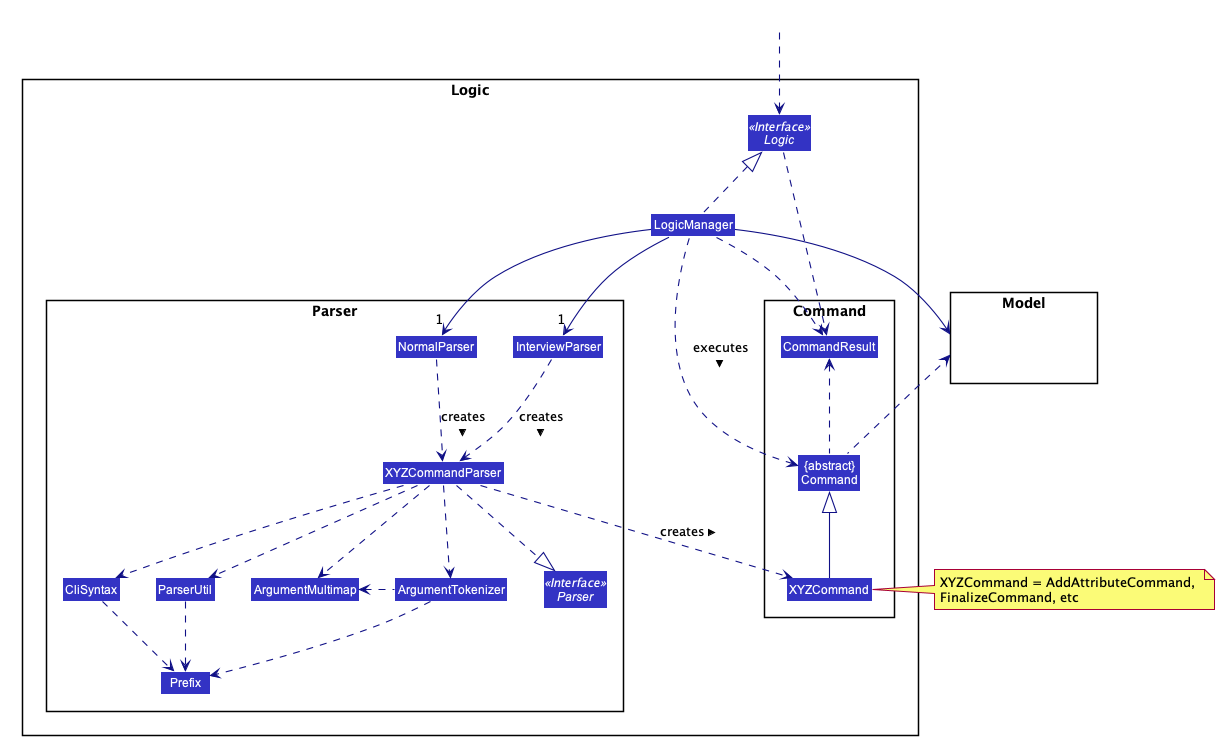
This is images/LogicClassDiagram.png from AY1920S2-CS2103-W15-2/main, a PlantUML export, as it was before one commit.
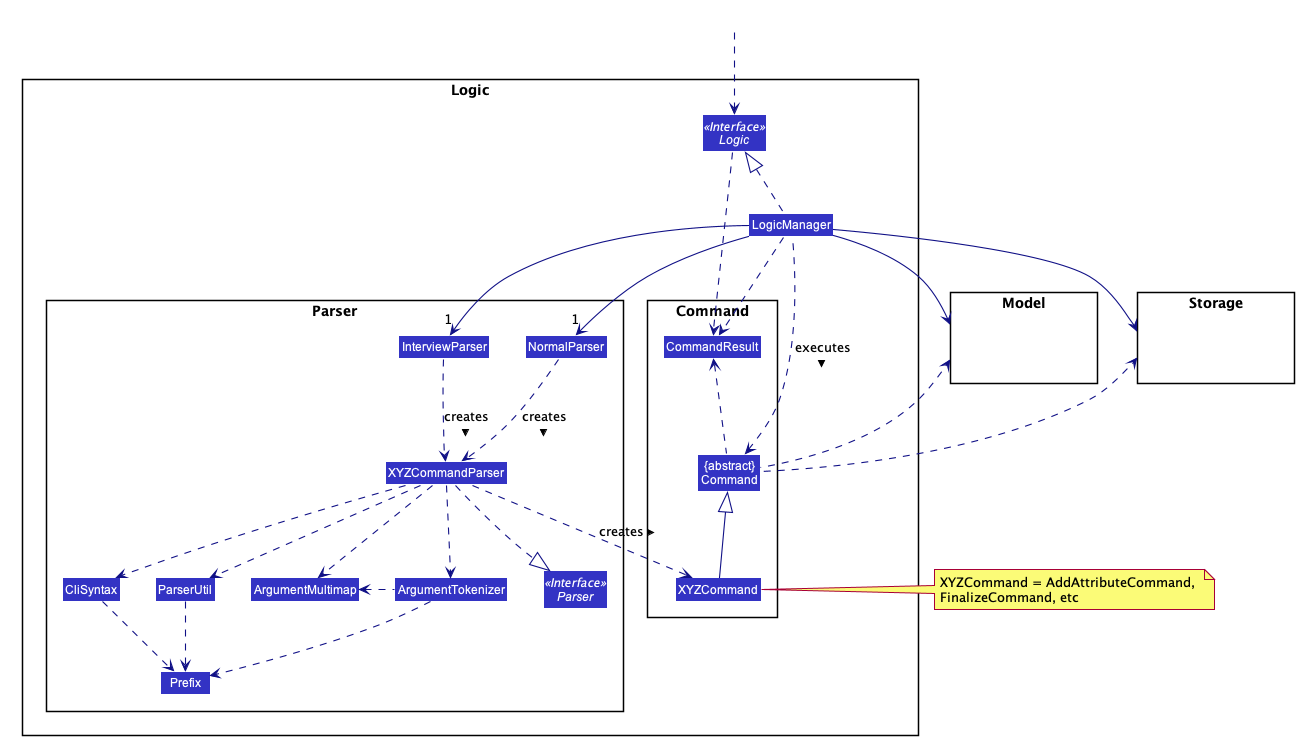
Later version of the same file.

What changed in the source:
```diff
@@ -79,6 +79,10 @@
 Class HiddenModel #FFFFFF
 }
 
+package Storage{
+Class HiddenStorage #FFFFFF
+}
+
 Class HiddenOutside #FFFFFF
 HiddenOutside ..> Logic
 
@@ -102,7 +106,9 @@
 LogicManager .left.> Command : executes >
 
 LogicManager --> Model
+LogicManager --> Storage
 Command .left.> Model
+Command .up.> Storage
 note left of XYZCommand: XYZCommand = AddAttributeCommand, \nFinalizeCommand, etc
 
 Logic ..> CommandResult
```
